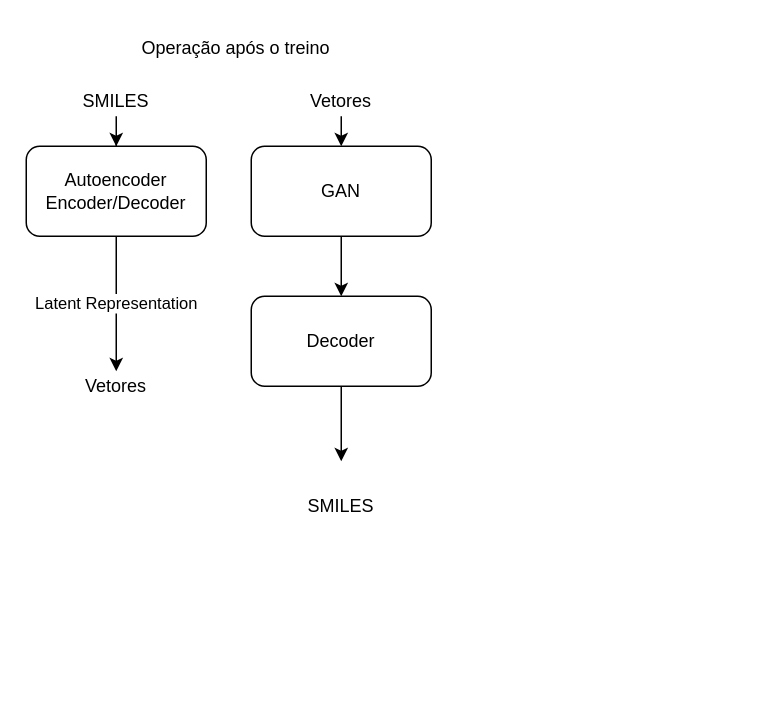
The draw.io diagram docs/Arquitetura.drawio in lucmertins/AvaliacaoLatentGan, before the edit. Source tidied: cells renumbered, new cells numbered last; positions are measured from the earlier drawing's top-left corner, leaving out a move shared by most shapes. Both pictures are drawn from the tidied source at 150%, with x=0, y=0 at pixel (26, 26).
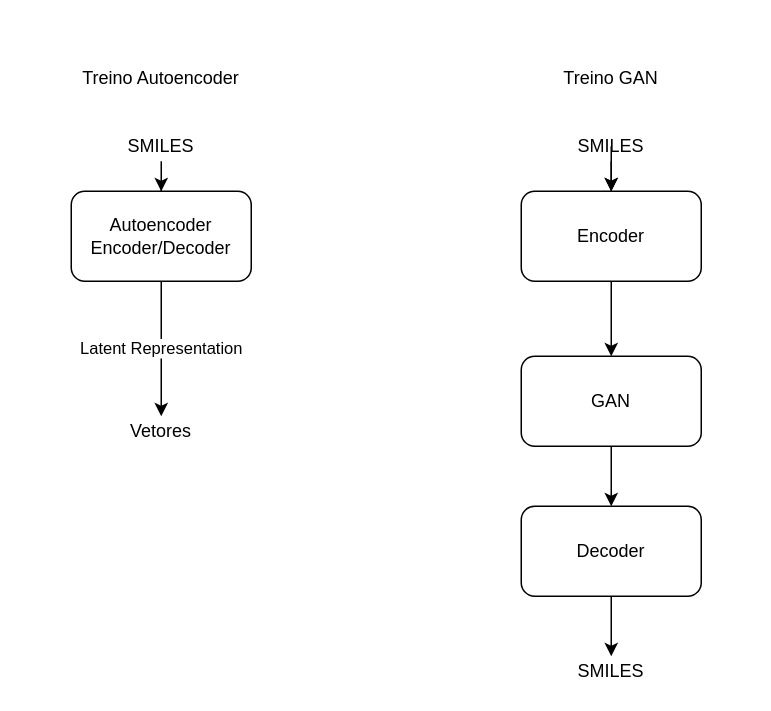
Above is the later version.

Commit message:
Desenhando o processo

The edit, as a diff of the source:
```diff
@@
 <mxGraphModel>
   <root>
     <mxCell id="0" />
     <mxCell id="1" parent="0" />
     <mxCell id="2" style="edgeStyle=orthogonalEdgeStyle;rounded=0;jettySize=auto;html=1;entryX=0.5;entryY=0;entryDx=0;entryDy=0;" parent="1" edge="1" source="3" target="5">
       <mxGeometry relative="1" as="geometry" />
     </mxCell>
     <mxCell id="3" value="SMILES" style="text;html=1;strokeColor=none;fillColor=none;align=center;verticalAlign=middle;whiteSpace=wrap;rounded=0;" parent="1" vertex="1">
-      <mxGeometry x="40" y="40" width="40" height="20" as="geometry" />
+      <mxGeometry x="70" y="70" width="40" height="20" as="geometry" />
     </mxCell>
     <mxCell id="4" value="Latent Representation" style="edgeStyle=orthogonalEdgeStyle;rounded=0;jettySize=auto;html=1;exitX=0.5;exitY=1;exitDx=0;exitDy=0;entryX=0.5;entryY=0;entryDx=0;entryDy=0;" parent="1" edge="1" source="5" target="6">
       <mxGeometry relative="1" as="geometry" />
     </mxCell>
     <mxCell id="5" value="Autoencoder&lt;br&gt;Encoder/Decoder" style="rounded=1;whiteSpace=wrap;html=1;" parent="1" vertex="1">
-      <mxGeometry y="80" width="120" height="60" as="geometry" />
+      <mxGeometry x="30" y="110" width="120" height="60" as="geometry" />
     </mxCell>
     <mxCell id="6" value="Vetores" style="text;html=1;strokeColor=none;fillColor=none;align=center;verticalAlign=middle;whiteSpace=wrap;rounded=0;" parent="1" vertex="1">
-      <mxGeometry x="40" y="230" width="40" height="20" as="geometry" />
+      <mxGeometry x="70" y="260" width="40" height="20" as="geometry" />
     </mxCell>
-    <mxCell id="7" style="edgeStyle=orthogonalEdgeStyle;rounded=0;jettySize=auto;html=1;exitX=0.5;exitY=1;exitDx=0;exitDy=0;entryX=0.5;entryY=0;entryDx=0;entryDy=0;" parent="1" edge="1" source="8" target="10">
-      <mxGeometry relative="1" as="geometry" />
-    </mxCell>
-    <mxCell id="8" value="Vetores" style="text;html=1;strokeColor=none;fillColor=none;align=center;verticalAlign=middle;whiteSpace=wrap;rounded=0;" parent="1" vertex="1">
-      <mxGeometry x="190" y="40" width="40" height="20" as="geometry" />
-    </mxCell>
     <mxCell id="9" style="edgeStyle=orthogonalEdgeStyle;rounded=0;jettySize=auto;html=1;exitX=0.5;exitY=1;exitDx=0;exitDy=0;entryX=0.5;entryY=0;entryDx=0;entryDy=0;" parent="1" edge="1" source="10" target="12">
       <mxGeometry relative="1" as="geometry" />
     </mxCell>
     <mxCell id="10" value="GAN" style="rounded=1;whiteSpace=wrap;html=1;" parent="1" vertex="1">
-      <mxGeometry x="150" y="80" width="120" height="60" as="geometry" />
+      <mxGeometry x="330" y="220" width="120" height="60" as="geometry" />
     </mxCell>
-    <mxCell id="11" style="edgeStyle=orthogonalEdgeStyle;rounded=0;jettySize=auto;html=1;exitX=0.5;exitY=1;exitDx=0;exitDy=0;" parent="1" edge="1" source="12">
-      <mxGeometry relative="1" as="geometry">
-        <mxPoint x="210" y="290" as="targetPoint" />
-      </mxGeometry>
+    <mxCell id="11" style="edgeStyle=orthogonalEdgeStyle;rounded=0;jettySize=auto;html=1;exitX=0.5;exitY=1;exitDx=0;exitDy=0;entryX=0.5;entryY=0;entryDx=0;entryDy=0;" parent="1" edge="1" source="12" target="13">
+      <mxGeometry relative="1" as="geometry" />
     </mxCell>
     <mxCell id="12" value="Decoder" style="rounded=1;whiteSpace=wrap;html=1;" parent="1" vertex="1">
-      <mxGeometry x="150" y="180" width="120" height="60" as="geometry" />
+      <mxGeometry x="330" y="320" width="120" height="60" as="geometry" />
     </mxCell>
     <mxCell id="13" value="SMILES" style="text;html=1;strokeColor=none;fillColor=none;align=center;verticalAlign=middle;whiteSpace=wrap;rounded=0;" parent="1" vertex="1">
-      <mxGeometry x="190" y="310" width="40" height="20" as="geometry" />
+      <mxGeometry x="370" y="420" width="40" height="20" as="geometry" />
     </mxCell>
-    <mxCell id="14" value="Operação após o treino" style="text;html=1;strokeColor=none;fillColor=none;align=center;verticalAlign=middle;whiteSpace=wrap;rounded=0;" parent="1" vertex="1">
-      <mxGeometry x="50" width="180" height="30" as="geometry" />
-    </mxCell>
+    <mxCell id="15" value="Treino Autoencoder" style="text;html=1;strokeColor=none;fillColor=none;align=center;verticalAlign=middle;whiteSpace=wrap;rounded=0;" parent="1" vertex="1">
+      <mxGeometry y="20" width="180" height="30" as="geometry" />
+    </mxCell>
+    <mxCell id="16" style="edgeStyle=orthogonalEdgeStyle;rounded=0;jettySize=auto;html=1;entryX=0.5;entryY=0;entryDx=0;entryDy=0;" parent="1" edge="1" target="18">
+      <mxGeometry relative="1" as="geometry">
+        <mxPoint x="390" y="80" as="sourcePoint" />
+      </mxGeometry>
+    </mxCell>
+    <mxCell id="17" style="edgeStyle=orthogonalEdgeStyle;rounded=0;jettySize=auto;html=1;exitX=0.5;exitY=1;exitDx=0;exitDy=0;entryX=0.5;entryY=0;entryDx=0;entryDy=0;" parent="1" edge="1" source="18" target="10">
+      <mxGeometry relative="1" as="geometry" />
+    </mxCell>
+    <mxCell id="18" value="Encoder" style="rounded=1;whiteSpace=wrap;html=1;" parent="1" vertex="1">
+      <mxGeometry x="330" y="110" width="120" height="60" as="geometry" />
+    </mxCell>
+    <mxCell id="19" value="Treino GAN" style="text;html=1;strokeColor=none;fillColor=none;align=center;verticalAlign=middle;whiteSpace=wrap;rounded=0;" parent="1" vertex="1">
+      <mxGeometry x="300" y="20" width="180" height="30" as="geometry" />
+    </mxCell>
+    <mxCell id="20" style="edgeStyle=orthogonalEdgeStyle;rounded=0;jettySize=auto;html=1;exitX=0.5;exitY=1;exitDx=0;exitDy=0;" parent="1" edge="1" source="21" target="18">
+      <mxGeometry relative="1" as="geometry" />
+    </mxCell>
+    <mxCell id="21" value="SMILES" style="text;html=1;strokeColor=none;fillColor=none;align=center;verticalAlign=middle;whiteSpace=wrap;rounded=0;" parent="1" vertex="1">
+      <mxGeometry x="370" y="70" width="40" height="20" as="geometry" />
+    </mxCell>
   </root>
 </mxGraphModel>
```
